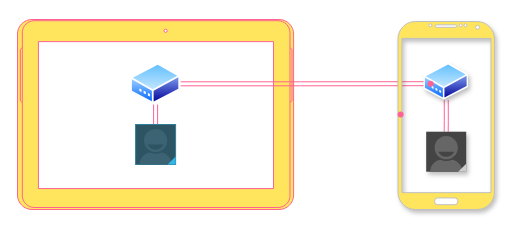
The draw.io diagram gateway_call.drawio in chindeo/triage_flowchart, before the edit. Source tidied: cells renumbered, new cells numbered last; positions are measured from the earlier drawing's top-left corner, leaving out a move shared by most shapes. Both pictures are drawn from the tidied source at 100%, with x=0, y=0 at pixel (17, 19).
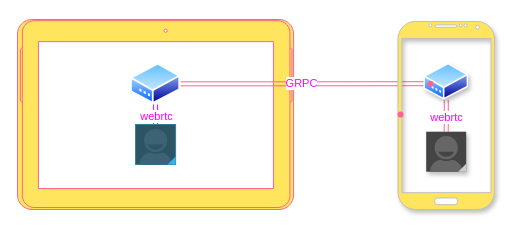
The same diagram, later.

The edit, as a diff of the source:
```diff
@@
 <mxGraphModel>
   <root>
     <mxCell id="0" />
     <mxCell id="1" parent="0" />
     <mxCell id="2" style="verticalLabelPosition=bottom;verticalAlign=top;html=1;shadow=0;dashed=0;strokeWidth=1;shape=mxgraph.android.tab2;strokeColor=#FF6392;direction=north;labelBackgroundColor=none;fillColor=#FFE45E;fontColor=#5AA9E6;" parent="1" vertex="1">
       <mxGeometry width="276.1" height="190" as="geometry" />
     </mxCell>
-    <mxCell id="3" style="edgeStyle=orthogonalEdgeStyle;rounded=0;jettySize=auto;html=1;flowAnimation=1;labelBackgroundColor=none;strokeColor=#FF6392;fontColor=default;shape=link;" parent="1" edge="1" source="5" target="6">
+    <mxCell id="3" style="edgeStyle=orthogonalEdgeStyle;rounded=0;jettySize=auto;html=1;flowAnimation=1;labelBackgroundColor=none;strokeColor=#FF00FF;fontColor=default;shape=link;" parent="1" edge="1" source="5" target="6">
       <mxGeometry relative="1" as="geometry" />
     </mxCell>
+    <mxCell id="13" value="webrtc" style="edgeLabel;html=1;align=center;verticalAlign=middle;fontColor=#FF00FF;" parent="3" vertex="1">
+      <mxGeometry x="0.69" relative="1" as="geometry" />
+    </mxCell>
     <mxCell id="4" style="edgeStyle=orthogonalEdgeStyle;shape=link;rounded=0;jettySize=auto;html=1;strokeColor=#FF6392;fontColor=#5AA9E6;fillColor=#FFE45E;flowAnimation=1;" parent="1" edge="1" source="5" target="12">
       <mxGeometry relative="1" as="geometry" />
     </mxCell>
+    <mxCell id="14" value="&lt;font color=&quot;#ff00ff&quot;&gt;GRPC&lt;/font&gt;" style="edgeLabel;html=1;align=center;verticalAlign=middle;" parent="4" vertex="1">
+      <mxGeometry x="-0.03" y="1" relative="1" as="geometry" />
+    </mxCell>
     <mxCell id="5" style="image;perimeter=ellipsePerimeter;html=1;align=center;shadow=0;dashed=0;spacingTop=3;image=img/lib/active_directory/modem.svg;labelBackgroundColor=none;fillColor=#FFE45E;strokeColor=#FF6392;fontColor=#5AA9E6;" parent="1" vertex="1">
       <mxGeometry x="113.1" y="43.5" width="50" height="41.5" as="geometry" />
     </mxCell>
     <mxCell id="6" style="verticalLabelPosition=bottom;verticalAlign=top;html=1;shadow=0;dashed=0;strokeWidth=1;shape=mxgraph.android.contact_badge_focused;sketch=0;labelBackgroundColor=none;fillColor=#FFE45E;strokeColor=#FF6392;fontColor=#5AA9E6;" parent="1" vertex="1">
       <mxGeometry x="118.1" y="105" width="40" height="40" as="geometry" />
     </mxCell>
     <mxCell id="7" style="verticalLabelPosition=bottom;verticalAlign=top;html=1;shadow=1;dashed=0;strokeWidth=1;shape=mxgraph.android.phone2;strokeColor=#c0c0c0;fontColor=#5AA9E6;fillColor=#FFE45E;" parent="1" vertex="1">
       <mxGeometry x="380.5" y="2" width="96.4" height="188" as="geometry" />
     </mxCell>
     <mxCell id="8" style="edgeStyle=orthogonalEdgeStyle;rounded=0;jettySize=auto;html=1;strokeColor=#FF6392;fontColor=#5AA9E6;fillColor=#FFE45E;shape=link;flowAnimation=1;" parent="1" edge="1" source="9" target="10">
       <mxGeometry relative="1" as="geometry" />
     </mxCell>
+    <mxCell id="15" value="webrtc" style="edgeLabel;html=1;align=center;verticalAlign=middle;fontColor=#FF00FF;" parent="8" vertex="1">
+      <mxGeometry x="-0.13" relative="1" as="geometry">
+        <mxPoint y="3" as="offset" />
+      </mxGeometry>
+    </mxCell>
     <mxCell id="9" style="image;perimeter=ellipsePerimeter;html=1;align=center;shadow=1;dashed=0;spacingTop=3;image=img/lib/active_directory/modem.svg;strokeColor=#FF6392;fontColor=#5AA9E6;fillColor=#FFE45E;" parent="1" vertex="1">
       <mxGeometry x="406.3" y="43.5" width="44.9" height="37.2" as="geometry" />
     </mxCell>
     <mxCell id="10" style="verticalLabelPosition=bottom;verticalAlign=top;html=1;shadow=1;dashed=0;strokeWidth=1;shape=mxgraph.android.contact_badge_normal;sketch=0;strokeColor=#FF6392;fontColor=#5AA9E6;fillColor=#FFE45E;" parent="1" vertex="1">
       <mxGeometry x="408.7" y="112.2" width="40" height="40" as="geometry" />
     </mxCell>
     <mxCell id="11" style="shape=waypoint;sketch=0;size=6;fillColor=#FFE45E;perimeter=centerPerimeter;verticalAlign=top;strokeColor=#FF6392;fontColor=#5AA9E6;shadow=0;dashed=0;strokeWidth=1;labelBackgroundColor=none;" parent="1" vertex="1">
       <mxGeometry x="373.1" y="85" width="20" height="20" as="geometry" />
     </mxCell>
     <mxCell id="12" style="shape=waypoint;sketch=0;size=6;points=[];fillColor=#FFE45E;perimeter=centerPerimeter;snapToPoint=1;verticalAlign=top;strokeColor=#FF6392;fontColor=#5AA9E6;labelBackgroundColor=none;shadow=0;dashed=0;spacingTop=3;" parent="1" vertex="1">
       <mxGeometry x="403.1" y="54.2" width="20" height="20" as="geometry" />
     </mxCell>
   </root>
 </mxGraphModel>
```
